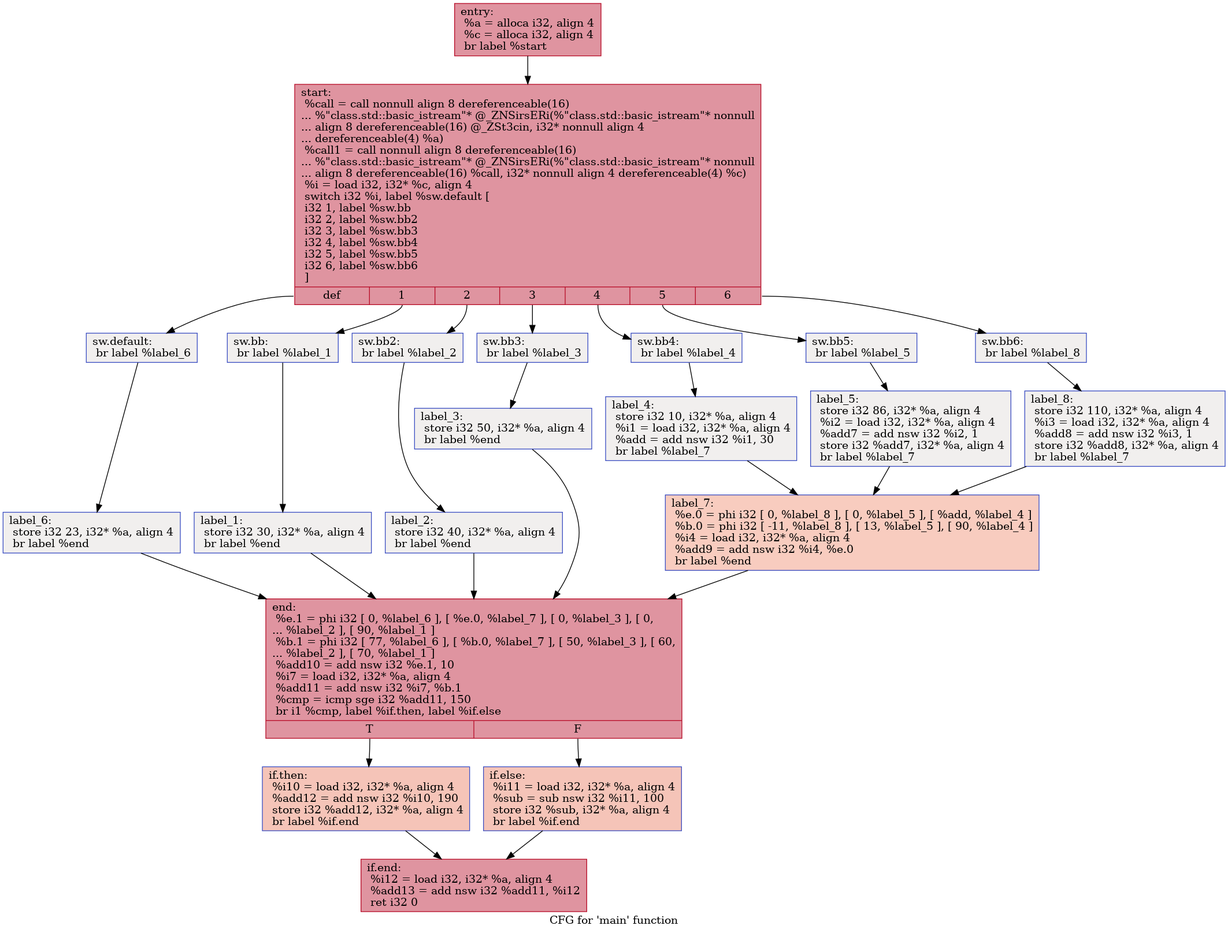
This is IR/cfg/baseline.dot.png from HPSSA-LLVM/HPSSA-LLVM, a Graphviz export, as it was before one commit. Its source is kept beside it as IR/cfg/baseline.dot.
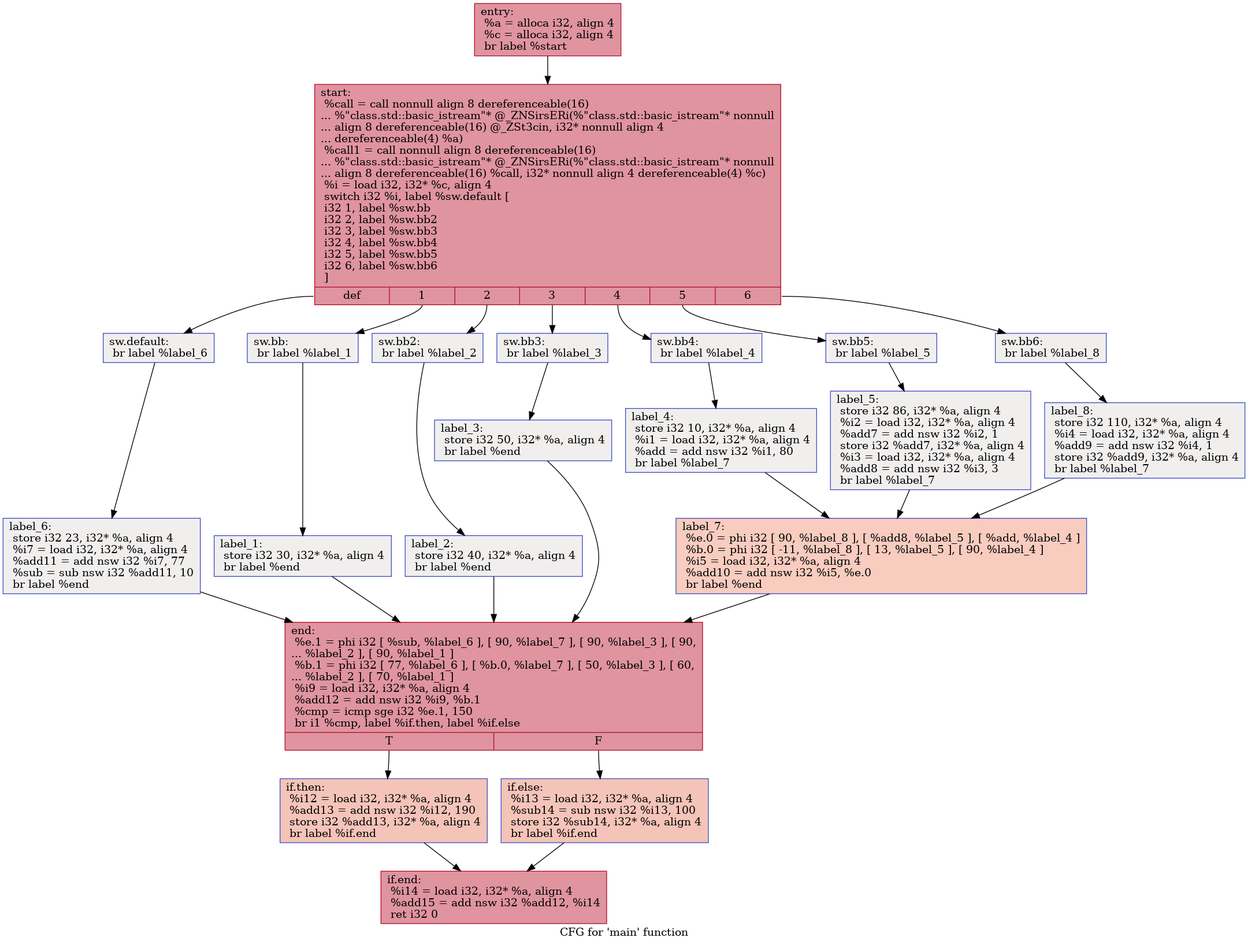
The same file after the commit.

Diff of the diagram source:
```diff
@@ -1,52 +1,52 @@
 digraph "CFG for 'main' function" {
 	label="CFG for 'main' function";
 
-	Node0x55e8e564b4e0 [shape=record,color="#b70d28ff", style=filled, fillcolor="#b70d2870",label="{entry:\l  %a = alloca i32, align 4\l  %c = alloca i32, align 4\l  br label %start\l}"];
-	Node0x55e8e564b4e0 -> Node0x55e8e564b730;
-	Node0x55e8e564b730 [shape=record,color="#b70d28ff", style=filled, fillcolor="#b70d2870",label="{start:                                            \l  %call = call nonnull align 8 dereferenceable(16)\l... %\"class.std::basic_istream\"* @_ZNSirsERi(%\"class.std::basic_istream\"* nonnull\l... align 8 dereferenceable(16) @_ZSt3cin, i32* nonnull align 4\l... dereferenceable(4) %a)\l  %call1 = call nonnull align 8 dereferenceable(16)\l... %\"class.std::basic_istream\"* @_ZNSirsERi(%\"class.std::basic_istream\"* nonnull\l... align 8 dereferenceable(16) %call, i32* nonnull align 4 dereferenceable(4) %c)\l  %i = load i32, i32* %c, align 4\l  switch i32 %i, label %sw.default [\l    i32 1, label %sw.bb\l    i32 2, label %sw.bb2\l    i32 3, label %sw.bb3\l    i32 4, label %sw.bb4\l    i32 5, label %sw.bb5\l    i32 6, label %sw.bb6\l  ]\l|{<s0>def|<s1>1|<s2>2|<s3>3|<s4>4|<s5>5|<s6>6}}"];
-	Node0x55e8e564b730:s0 -> Node0x55e8e564bbc0;
-	Node0x55e8e564b730:s1 -> Node0x55e8e564bca0;
-	Node0x55e8e564b730:s2 -> Node0x55e8e564bda0;
-	Node0x55e8e564b730:s3 -> Node0x55e8e564bea0;
-	Node0x55e8e564b730:s4 -> Node0x55e8e564bfa0;
-	Node0x55e8e564b730:s5 -> Node0x55e8e564c0a0;
-	Node0x55e8e564b730:s6 -> Node0x55e8e564c340;
-	Node0x55e8e564bca0 [shape=record,color="#3d50c3ff", style=filled, fillcolor="#e0dbd870",label="{sw.bb:                                            \l  br label %label_1\l}"];
-	Node0x55e8e564bca0 -> Node0x55e8e564c630;
-	Node0x55e8e564bda0 [shape=record,color="#3d50c3ff", style=filled, fillcolor="#e0dbd870",label="{sw.bb2:                                           \l  br label %label_2\l}"];
-	Node0x55e8e564bda0 -> Node0x55e8e564c710;
-	Node0x55e8e564bea0 [shape=record,color="#3d50c3ff", style=filled, fillcolor="#e0dbd870",label="{sw.bb3:                                           \l  br label %label_3\l}"];
-	Node0x55e8e564bea0 -> Node0x55e8e564c7f0;
-	Node0x55e8e564bfa0 [shape=record,color="#3d50c3ff", style=filled, fillcolor="#e0dbd870",label="{sw.bb4:                                           \l  br label %label_4\l}"];
-	Node0x55e8e564bfa0 -> Node0x55e8e564c8d0;
-	Node0x55e8e564c0a0 [shape=record,color="#3d50c3ff", style=filled, fillcolor="#e0dbd870",label="{sw.bb5:                                           \l  br label %label_5\l}"];
-	Node0x55e8e564c0a0 -> Node0x55e8e564c9b0;
-	Node0x55e8e564c340 [shape=record,color="#3d50c3ff", style=filled, fillcolor="#e0dbd870",label="{sw.bb6:                                           \l  br label %label_8\l}"];
-	Node0x55e8e564c340 -> Node0x55e8e564ca90;
-	Node0x55e8e564bbc0 [shape=record,color="#3d50c3ff", style=filled, fillcolor="#e0dbd870",label="{sw.default:                                       \l  br label %label_6\l}"];
-	Node0x55e8e564bbc0 -> Node0x55e8e564cb70;
-	Node0x55e8e564c630 [shape=record,color="#3d50c3ff", style=filled, fillcolor="#e0dbd870",label="{label_1:                                          \l  store i32 30, i32* %a, align 4\l  br label %end\l}"];
-	Node0x55e8e564c630 -> Node0x55e8e564cd10;
-	Node0x55e8e564c710 [shape=record,color="#3d50c3ff", style=filled, fillcolor="#e0dbd870",label="{label_2:                                          \l  store i32 40, i32* %a, align 4\l  br label %end\l}"];
-	Node0x55e8e564c710 -> Node0x55e8e564cd10;
-	Node0x55e8e564c7f0 [shape=record,color="#3d50c3ff", style=filled, fillcolor="#e0dbd870",label="{label_3:                                          \l  store i32 50, i32* %a, align 4\l  br label %end\l}"];
-	Node0x55e8e564c7f0 -> Node0x55e8e564cd10;
-	Node0x55e8e564c8d0 [shape=record,color="#3d50c3ff", style=filled, fillcolor="#e0dbd870",label="{label_4:                                          \l  store i32 10, i32* %a, align 4\l  %i1 = load i32, i32* %a, align 4\l  %add = add nsw i32 %i1, 30\l  br label %label_7\l}"];
-	Node0x55e8e564c8d0 -> Node0x55e8e564d250;
-	Node0x55e8e564c9b0 [shape=record,color="#3d50c3ff", style=filled, fillcolor="#e0dbd870",label="{label_5:                                          \l  store i32 86, i32* %a, align 4\l  %i2 = load i32, i32* %a, align 4\l  %add7 = add nsw i32 %i2, 1\l  store i32 %add7, i32* %a, align 4\l  br label %label_7\l}"];
-	Node0x55e8e564c9b0 -> Node0x55e8e564d250;
-	Node0x55e8e564ca90 [shape=record,color="#3d50c3ff", style=filled, fillcolor="#e0dbd870",label="{label_8:                                          \l  store i32 110, i32* %a, align 4\l  %i3 = load i32, i32* %a, align 4\l  %add8 = add nsw i32 %i3, 1\l  store i32 %add8, i32* %a, align 4\l  br label %label_7\l}"];
-	Node0x55e8e564ca90 -> Node0x55e8e564d250;
-	Node0x55e8e564d250 [shape=record,color="#3d50c3ff", style=filled, fillcolor="#f08b6e70",label="{label_7:                                          \l  %e.0 = phi i32 [ 0, %label_8 ], [ 0, %label_5 ], [ %add, %label_4 ]\l  %b.0 = phi i32 [ -11, %label_8 ], [ 13, %label_5 ], [ 90, %label_4 ]\l  %i4 = load i32, i32* %a, align 4\l  %add9 = add nsw i32 %i4, %e.0\l  br label %end\l}"];
-	Node0x55e8e564d250 -> Node0x55e8e564cd10;
-	Node0x55e8e564cb70 [shape=record,color="#3d50c3ff", style=filled, fillcolor="#e0dbd870",label="{label_6:                                          \l  store i32 23, i32* %a, align 4\l  br label %end\l}"];
-	Node0x55e8e564cb70 -> Node0x55e8e564cd10;
-	Node0x55e8e564cd10 [shape=record,color="#b70d28ff", style=filled, fillcolor="#b70d2870",label="{end:                                              \l  %e.1 = phi i32 [ 0, %label_6 ], [ %e.0, %label_7 ], [ 0, %label_3 ], [ 0,\l... %label_2 ], [ 90, %label_1 ]\l  %b.1 = phi i32 [ 77, %label_6 ], [ %b.0, %label_7 ], [ 50, %label_3 ], [ 60,\l... %label_2 ], [ 70, %label_1 ]\l  %add10 = add nsw i32 %e.1, 10\l  %i7 = load i32, i32* %a, align 4\l  %add11 = add nsw i32 %i7, %b.1\l  %cmp = icmp sge i32 %add11, 150\l  br i1 %cmp, label %if.then, label %if.else\l|{<s0>T|<s1>F}}"];
-	Node0x55e8e564cd10:s0 -> Node0x55e8e564ef90;
-	Node0x55e8e564cd10:s1 -> Node0x55e8e564f000;
-	Node0x55e8e564ef90 [shape=record,color="#3d50c3ff", style=filled, fillcolor="#e97a5f70",label="{if.then:                                          \l  %i10 = load i32, i32* %a, align 4\l  %add12 = add nsw i32 %i10, 190\l  store i32 %add12, i32* %a, align 4\l  br label %if.end\l}"];
-	Node0x55e8e564ef90 -> Node0x55e8e564f320;
-	Node0x55e8e564f000 [shape=record,color="#3d50c3ff", style=filled, fillcolor="#e97a5f70",label="{if.else:                                          \l  %i11 = load i32, i32* %a, align 4\l  %sub = sub nsw i32 %i11, 100\l  store i32 %sub, i32* %a, align 4\l  br label %if.end\l}"];
-	Node0x55e8e564f000 -> Node0x55e8e564f320;
-	Node0x55e8e564f320 [shape=record,color="#b70d28ff", style=filled, fillcolor="#b70d2870",label="{if.end:                                           \l  %i12 = load i32, i32* %a, align 4\l  %add13 = add nsw i32 %add11, %i12\l  ret i32 0\l}"];
+	Node0x5556e15b5560 [shape=record,color="#b70d28ff", style=filled, fillcolor="#b70d2870",label="{entry:\l  %a = alloca i32, align 4\l  %c = alloca i32, align 4\l  br label %start\l}"];
+	Node0x5556e15b5560 -> Node0x5556e15b57b0;
+	Node0x5556e15b57b0 [shape=record,color="#b70d28ff", style=filled, fillcolor="#b70d2870",label="{start:                                            \l  %call = call nonnull align 8 dereferenceable(16)\l... %\"class.std::basic_istream\"* @_ZNSirsERi(%\"class.std::basic_istream\"* nonnull\l... align 8 dereferenceable(16) @_ZSt3cin, i32* nonnull align 4\l... dereferenceable(4) %a)\l  %call1 = call nonnull align 8 dereferenceable(16)\l... %\"class.std::basic_istream\"* @_ZNSirsERi(%\"class.std::basic_istream\"* nonnull\l... align 8 dereferenceable(16) %call, i32* nonnull align 4 dereferenceable(4) %c)\l  %i = load i32, i32* %c, align 4\l  switch i32 %i, label %sw.default [\l    i32 1, label %sw.bb\l    i32 2, label %sw.bb2\l    i32 3, label %sw.bb3\l    i32 4, label %sw.bb4\l    i32 5, label %sw.bb5\l    i32 6, label %sw.bb6\l  ]\l|{<s0>def|<s1>1|<s2>2|<s3>3|<s4>4|<s5>5|<s6>6}}"];
+	Node0x5556e15b57b0:s0 -> Node0x5556e15b5c40;
+	Node0x5556e15b57b0:s1 -> Node0x5556e15b5d20;
+	Node0x5556e15b57b0:s2 -> Node0x5556e15b5e20;
+	Node0x5556e15b57b0:s3 -> Node0x5556e15b5f20;
+	Node0x5556e15b57b0:s4 -> Node0x5556e15b6020;
+	Node0x5556e15b57b0:s5 -> Node0x5556e15b6120;
+	Node0x5556e15b57b0:s6 -> Node0x5556e15b63c0;
+	Node0x5556e15b5d20 [shape=record,color="#3d50c3ff", style=filled, fillcolor="#e0dbd870",label="{sw.bb:                                            \l  br label %label_1\l}"];
+	Node0x5556e15b5d20 -> Node0x5556e15b66b0;
+	Node0x5556e15b5e20 [shape=record,color="#3d50c3ff", style=filled, fillcolor="#e0dbd870",label="{sw.bb2:                                           \l  br label %label_2\l}"];
+	Node0x5556e15b5e20 -> Node0x5556e15b6790;
+	Node0x5556e15b5f20 [shape=record,color="#3d50c3ff", style=filled, fillcolor="#e0dbd870",label="{sw.bb3:                                           \l  br label %label_3\l}"];
+	Node0x5556e15b5f20 -> Node0x5556e15b6870;
+	Node0x5556e15b6020 [shape=record,color="#3d50c3ff", style=filled, fillcolor="#e0dbd870",label="{sw.bb4:                                           \l  br label %label_4\l}"];
+	Node0x5556e15b6020 -> Node0x5556e15b6950;
+	Node0x5556e15b6120 [shape=record,color="#3d50c3ff", style=filled, fillcolor="#e0dbd870",label="{sw.bb5:                                           \l  br label %label_5\l}"];
+	Node0x5556e15b6120 -> Node0x5556e15b6a30;
+	Node0x5556e15b63c0 [shape=record,color="#3d50c3ff", style=filled, fillcolor="#e0dbd870",label="{sw.bb6:                                           \l  br label %label_8\l}"];
+	Node0x5556e15b63c0 -> Node0x5556e15b6b10;
+	Node0x5556e15b5c40 [shape=record,color="#3d50c3ff", style=filled, fillcolor="#e0dbd870",label="{sw.default:                                       \l  br label %label_6\l}"];
+	Node0x5556e15b5c40 -> Node0x5556e15b6bf0;
+	Node0x5556e15b66b0 [shape=record,color="#3d50c3ff", style=filled, fillcolor="#e0dbd870",label="{label_1:                                          \l  store i32 30, i32* %a, align 4\l  br label %end\l}"];
+	Node0x5556e15b66b0 -> Node0x5556e15b6d90;
+	Node0x5556e15b6790 [shape=record,color="#3d50c3ff", style=filled, fillcolor="#e0dbd870",label="{label_2:                                          \l  store i32 40, i32* %a, align 4\l  br label %end\l}"];
+	Node0x5556e15b6790 -> Node0x5556e15b6d90;
+	Node0x5556e15b6870 [shape=record,color="#3d50c3ff", style=filled, fillcolor="#e0dbd870",label="{label_3:                                          \l  store i32 50, i32* %a, align 4\l  br label %end\l}"];
+	Node0x5556e15b6870 -> Node0x5556e15b6d90;
+	Node0x5556e15b6950 [shape=record,color="#3d50c3ff", style=filled, fillcolor="#e0dbd870",label="{label_4:                                          \l  store i32 10, i32* %a, align 4\l  %i1 = load i32, i32* %a, align 4\l  %add = add nsw i32 %i1, 80\l  br label %label_7\l}"];
+	Node0x5556e15b6950 -> Node0x5556e15b7300;
+	Node0x5556e15b6a30 [shape=record,color="#3d50c3ff", style=filled, fillcolor="#e0dbd870",label="{label_5:                                          \l  store i32 86, i32* %a, align 4\l  %i2 = load i32, i32* %a, align 4\l  %add7 = add nsw i32 %i2, 1\l  store i32 %add7, i32* %a, align 4\l  %i3 = load i32, i32* %a, align 4\l  %add8 = add nsw i32 %i3, 3\l  br label %label_7\l}"];
+	Node0x5556e15b6a30 -> Node0x5556e15b7300;
+	Node0x5556e15b6b10 [shape=record,color="#3d50c3ff", style=filled, fillcolor="#e0dbd870",label="{label_8:                                          \l  store i32 110, i32* %a, align 4\l  %i4 = load i32, i32* %a, align 4\l  %add9 = add nsw i32 %i4, 1\l  store i32 %add9, i32* %a, align 4\l  br label %label_7\l}"];
+	Node0x5556e15b6b10 -> Node0x5556e15b7300;
+	Node0x5556e15b7300 [shape=record,color="#3d50c3ff", style=filled, fillcolor="#f08b6e70",label="{label_7:                                          \l  %e.0 = phi i32 [ 90, %label_8 ], [ %add8, %label_5 ], [ %add, %label_4 ]\l  %b.0 = phi i32 [ -11, %label_8 ], [ 13, %label_5 ], [ 90, %label_4 ]\l  %i5 = load i32, i32* %a, align 4\l  %add10 = add nsw i32 %i5, %e.0\l  br label %end\l}"];
+	Node0x5556e15b7300 -> Node0x5556e15b6d90;
+	Node0x5556e15b6bf0 [shape=record,color="#3d50c3ff", style=filled, fillcolor="#e0dbd870",label="{label_6:                                          \l  store i32 23, i32* %a, align 4\l  %i7 = load i32, i32* %a, align 4\l  %add11 = add nsw i32 %i7, 77\l  %sub = sub nsw i32 %add11, 10\l  br label %end\l}"];
+	Node0x5556e15b6bf0 -> Node0x5556e15b6d90;
+	Node0x5556e15b6d90 [shape=record,color="#b70d28ff", style=filled, fillcolor="#b70d2870",label="{end:                                              \l  %e.1 = phi i32 [ %sub, %label_6 ], [ 90, %label_7 ], [ 90, %label_3 ], [ 90,\l... %label_2 ], [ 90, %label_1 ]\l  %b.1 = phi i32 [ 77, %label_6 ], [ %b.0, %label_7 ], [ 50, %label_3 ], [ 60,\l... %label_2 ], [ 70, %label_1 ]\l  %i9 = load i32, i32* %a, align 4\l  %add12 = add nsw i32 %i9, %b.1\l  %cmp = icmp sge i32 %e.1, 150\l  br i1 %cmp, label %if.then, label %if.else\l|{<s0>T|<s1>F}}"];
+	Node0x5556e15b6d90:s0 -> Node0x5556e15b92c0;
+	Node0x5556e15b6d90:s1 -> Node0x5556e15b9330;
+	Node0x5556e15b92c0 [shape=record,color="#3d50c3ff", style=filled, fillcolor="#e97a5f70",label="{if.then:                                          \l  %i12 = load i32, i32* %a, align 4\l  %add13 = add nsw i32 %i12, 190\l  store i32 %add13, i32* %a, align 4\l  br label %if.end\l}"];
+	Node0x5556e15b92c0 -> Node0x5556e15b9650;
+	Node0x5556e15b9330 [shape=record,color="#3d50c3ff", style=filled, fillcolor="#e97a5f70",label="{if.else:                                          \l  %i13 = load i32, i32* %a, align 4\l  %sub14 = sub nsw i32 %i13, 100\l  store i32 %sub14, i32* %a, align 4\l  br label %if.end\l}"];
+	Node0x5556e15b9330 -> Node0x5556e15b9650;
+	Node0x5556e15b9650 [shape=record,color="#b70d28ff", style=filled, fillcolor="#b70d2870",label="{if.end:                                           \l  %i14 = load i32, i32* %a, align 4\l  %add15 = add nsw i32 %add12, %i14\l  ret i32 0\l}"];
 }
```
